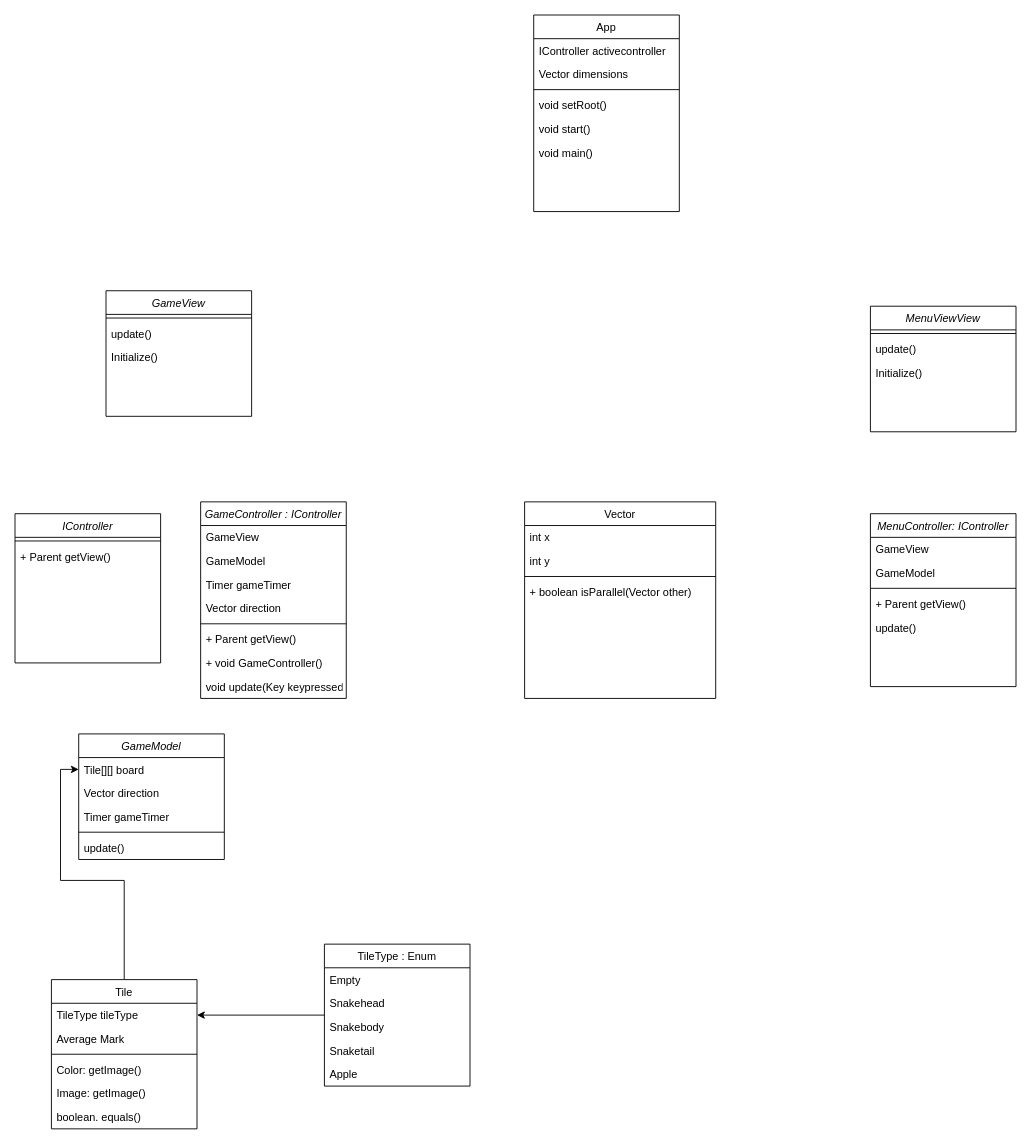
This is Documentation/MainClassDiagram.drawio from Buildasaurus/02104-Snake, a draw.io file, before an edit. Source tidied: cells renumbered, new cells numbered last; positions are measured from the earlier drawing's top-left corner, leaving out a move shared by most shapes. Both pictures are drawn from the tidied source at 91%, with x=0, y=0 at pixel (15, 15).
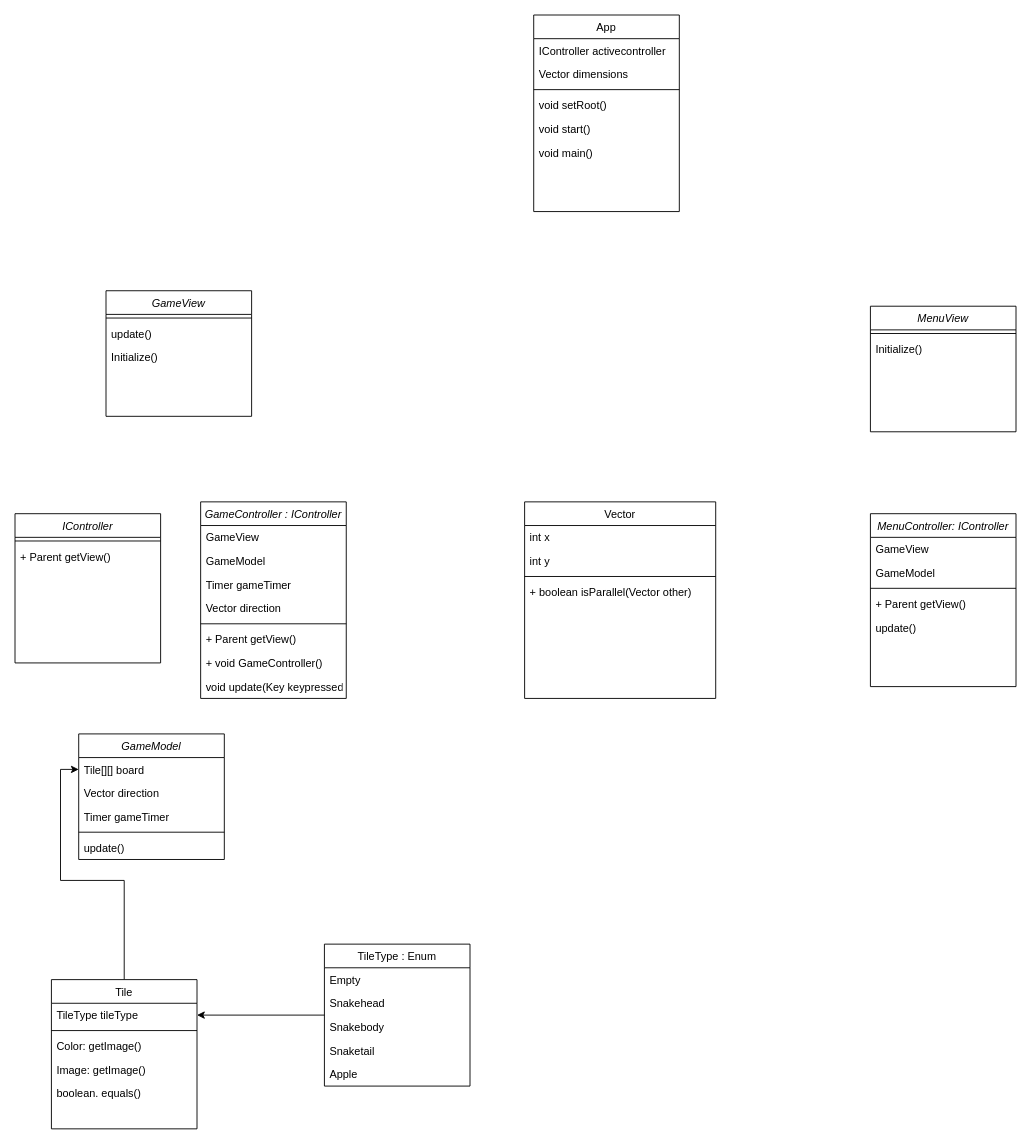
The same diagram, later.

Unchanged cells that the change refers to:
```xml
<mxCell id="9" value="Tile" style="swimlane;fontStyle=0;align=center;verticalAlign=top;horizontal=1;startSize=26;rounded=0;shadow=0;strokeWidth=1;" parent="1" vertex="1">
  <mxGeometry x="40" y="1060" width="160" height="164" as="geometry" />
</mxCell>
```

The edit, as a diff of the source:
```diff
@@
-    <mxCell id="11" value="Average Mark" style="text;align=left;verticalAlign=top;spacingLeft=4;spacingRight=4;overflow=hidden;rounded=0;shadow=0;html=0;" parent="9" vertex="1">
-      <mxGeometry y="52" width="160" height="26" as="geometry" />
-    </mxCell>
     <mxCell id="12" style="line;html=1;strokeWidth=1;align=left;verticalAlign=middle;spacingTop=-1;spacingLeft=3;spacingRight=3;labelPosition=right;" parent="9" vertex="1">
-      <mxGeometry y="78" width="160" height="8" as="geometry" />
+      <mxGeometry y="52" width="160" height="8" as="geometry" />
     </mxCell>
     <mxCell id="13" value="Color: getImage()" style="text;align=left;verticalAlign=top;spacingLeft=4;spacingRight=4;overflow=hidden;fontStyle=0;" parent="9" vertex="1">
-      <mxGeometry y="86" width="160" height="26" as="geometry" />
+      <mxGeometry y="60" width="160" height="26" as="geometry" />
     </mxCell>
     <mxCell id="14" value="Image: getImage()" style="text;align=left;verticalAlign=top;spacingLeft=4;spacingRight=4;overflow=hidden;" parent="9" vertex="1">
-      <mxGeometry y="112" width="160" height="26" as="geometry" />
+      <mxGeometry y="86" width="160" height="26" as="geometry" />
     </mxCell>
     <mxCell id="15" value="boolean. equals()" style="text;align=left;verticalAlign=top;spacingLeft=4;spacingRight=4;overflow=hidden;" parent="9" vertex="1">
-      <mxGeometry y="138" width="160" height="26" as="geometry" />
+      <mxGeometry y="112" width="160" height="26" as="geometry" />
     </mxCell>
@@
-    <mxCell id="57" value="MenuViewView" style="swimlane;fontStyle=2;align=center;verticalAlign=top;horizontal=1;startSize=26;rounded=0;shadow=0;strokeWidth=1;" parent="1" vertex="1">
+    <mxCell id="57" value="MenuView" style="swimlane;fontStyle=2;align=center;verticalAlign=top;horizontal=1;startSize=26;rounded=0;shadow=0;strokeWidth=1;" parent="1" vertex="1">
       <mxGeometry x="940" y="320" width="160" height="138" as="geometry" />
     </mxCell>
@@
-    <mxCell id="59" value="update()" style="text;align=left;verticalAlign=top;spacingLeft=4;spacingRight=4;overflow=hidden;" parent="57" vertex="1">
-      <mxGeometry y="34" width="160" height="26" as="geometry" />
-    </mxCell>
     <mxCell id="60" value="Initialize()" style="text;align=left;verticalAlign=top;spacingLeft=4;spacingRight=4;overflow=hidden;" parent="57" vertex="1">
-      <mxGeometry y="60" width="160" height="26" as="geometry" />
+      <mxGeometry y="34" width="160" height="26" as="geometry" />
     </mxCell>
```
